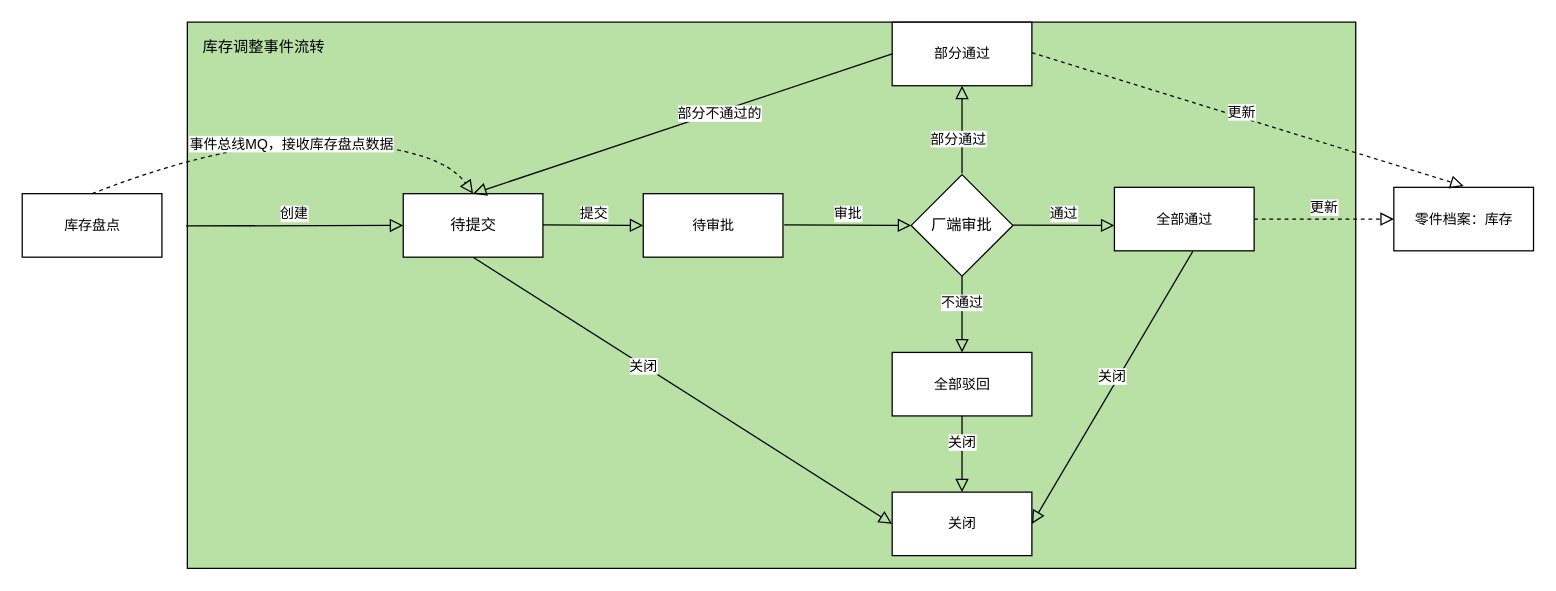
1132489442/gitRepository1 keeps this draw.io diagram as page "库存调整申请单-事件图" (2 of 4) of 库存调整申请单.drawio. Above is the earlier version. Source tidied: cells renumbered, new cells numbered last; positions are measured from the earlier drawing's top-left corner, leaving out a move shared by most shapes. Both pictures are drawn from the tidied source at 127%, with x=0, y=0 at pixel (22, 22).
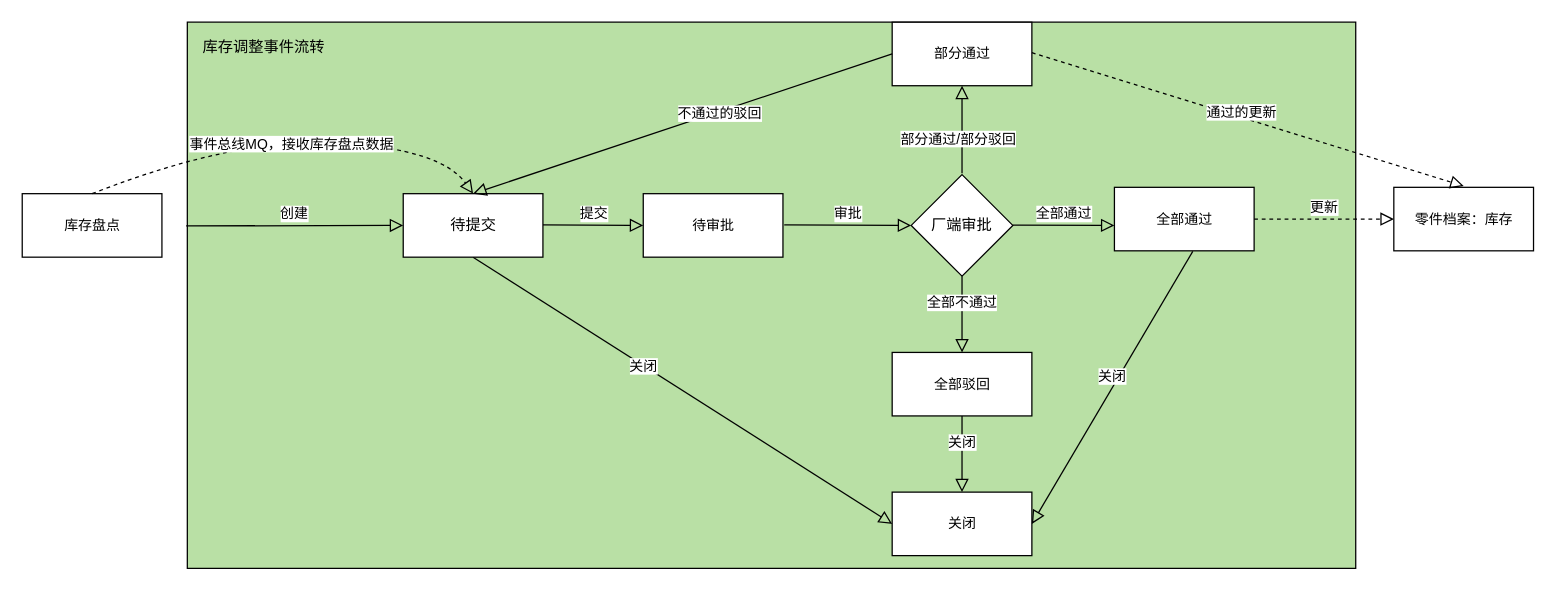
After the change.

Unchanged cells that the change refers to:
```xml
<mxCell id="6" value="厂端审批" style="rhombus;whiteSpace=wrap;html=1;" parent="1" vertex="1">
  <mxGeometry x="700" y="120" width="80" height="80" as="geometry" />
</mxCell>
<mxCell id="8" value="&lt;span style=&quot;font-size: 11px ; background-color: rgb(255 , 255 , 255)&quot;&gt;全部驳回&lt;/span&gt;" style="html=1;fillColor=#FFFFFF;" parent="1" vertex="1">
  <mxGeometry x="685" y="260" width="110" height="50" as="geometry" />
</mxCell>
<mxCell id="10" value="&lt;span style=&quot;font-size: 11px ; background-color: rgb(255 , 255 , 255)&quot;&gt;部分通过&lt;/span&gt;" style="html=1;fillColor=#FFFFFF;" parent="1" vertex="1">
  <mxGeometry x="685" width="110" height="50" as="geometry" />
</mxCell>
<mxCell id="18" value="&lt;font face=&quot;helvetica&quot;&gt;待提交&lt;/font&gt;" style="html=1;fillColor=#FFFFFF;" parent="1" vertex="1">
  <mxGeometry x="300" y="135" width="110" height="50" as="geometry" />
</mxCell>
```

The edit, as a diff of the source:
```diff
@@
-    <mxCell id="12" value="通过" style="html=1;verticalAlign=bottom;endArrow=block;rounded=0;endFill=0;endSize=8;" parent="1" edge="1">
+    <mxCell id="12" value="全部通过" style="html=1;verticalAlign=bottom;endArrow=block;rounded=0;endFill=0;endSize=8;" parent="1" edge="1">
       <mxGeometry relative="1" as="geometry">
         <mxPoint x="780" y="159.7" as="sourcePoint" />
         <mxPoint x="860" y="160" as="targetPoint" />
       </mxGeometry>
     </mxCell>
-    <mxCell id="13" value="不通过" style="html=1;verticalAlign=bottom;endArrow=block;rounded=0;exitX=0.5;exitY=1;exitDx=0;exitDy=0;entryX=0.5;entryY=0;entryDx=0;entryDy=0;endFill=0;endSize=8;" parent="1" edge="1" source="6" target="8">
+    <mxCell id="13" value="全部不通过" style="html=1;verticalAlign=bottom;endArrow=block;rounded=0;exitX=0.5;exitY=1;exitDx=0;exitDy=0;entryX=0.5;entryY=0;entryDx=0;entryDy=0;endFill=0;endSize=8;" parent="1" edge="1" source="6" target="8">
       <mxGeometry relative="1" as="geometry" />
     </mxCell>
-    <mxCell id="14" value="部分通过" style="html=1;verticalAlign=bottom;endArrow=block;rounded=0;exitX=0.5;exitY=0;exitDx=0;exitDy=0;entryX=0.5;entryY=1;entryDx=0;entryDy=0;endFill=0;endSize=8;" parent="1" edge="1" target="10">
+    <mxCell id="14" value="部分通过/部分驳回" style="html=1;verticalAlign=bottom;endArrow=block;rounded=0;exitX=0.5;exitY=0;exitDx=0;exitDy=0;entryX=0.5;entryY=1;entryDx=0;entryDy=0;endFill=0;endSize=8;" parent="1" edge="1" target="10">
       <mxGeometry x="-0.48" y="3" relative="1" as="geometry">
         <mxPoint x="740" y="119" as="sourcePoint" />
       </mxGeometry>
     </mxCell>
@@
-    <mxCell id="23" value="部分不通过的" style="html=1;verticalAlign=bottom;endArrow=block;rounded=0;exitX=0;exitY=0.5;exitDx=0;exitDy=0;entryX=0.5;entryY=0;entryDx=0;entryDy=0;endFill=0;endSize=8;" parent="1" edge="1" source="10" target="18">
+    <mxCell id="23" value="不通过的驳回" style="html=1;verticalAlign=bottom;endArrow=block;rounded=0;exitX=0;exitY=0.5;exitDx=0;exitDy=0;entryX=0.5;entryY=0;entryDx=0;entryDy=0;endFill=0;endSize=8;" parent="1" edge="1" source="10" target="18">
       <mxGeometry x="-0.16" y="9" relative="1" as="geometry">
         <mxPoint y="1" as="offset" />
       </mxGeometry>
     </mxCell>
@@
-    <mxCell id="26" value="更新" style="html=1;verticalAlign=bottom;endArrow=block;rounded=0;endFill=0;endSize=8;entryX=0.5;entryY=0;entryDx=0;entryDy=0;exitX=1;exitY=0.5;exitDx=0;exitDy=0;dashed=1;" parent="1" edge="1">
+    <mxCell id="26" value="通过的更新" style="html=1;verticalAlign=bottom;endArrow=block;rounded=0;endFill=0;endSize=8;entryX=0.5;entryY=0;entryDx=0;entryDy=0;exitX=1;exitY=0.5;exitDx=0;exitDy=0;dashed=1;" parent="1" edge="1">
       <mxGeometry x="-0.02" y="-5" relative="1" as="geometry">
         <mxPoint x="795" y="24" as="sourcePoint" />
         <mxPoint x="1135" y="129" as="targetPoint" />
       </mxGeometry>
     </mxCell>
```
